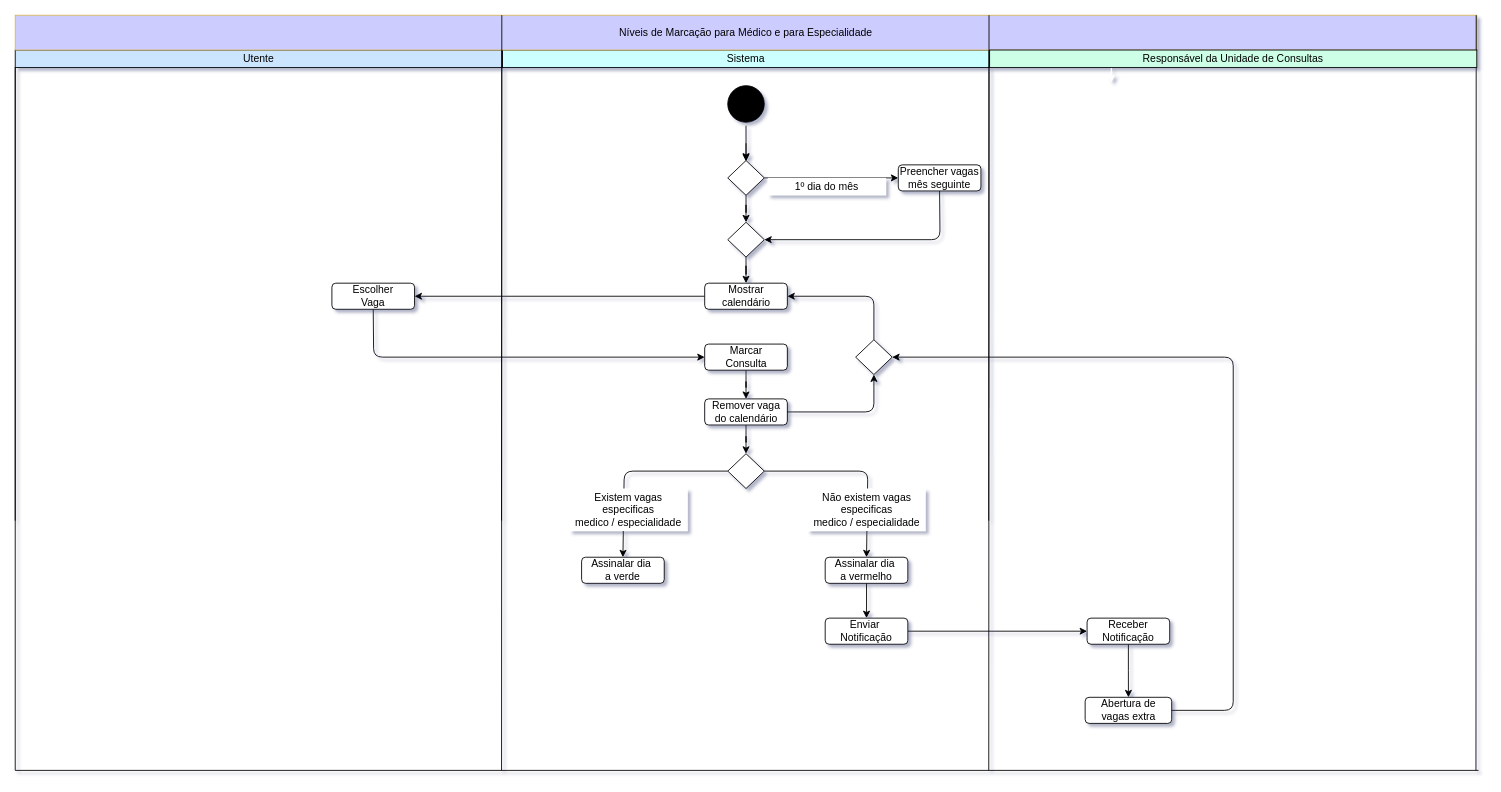
This is Diagrama de Atividades - Niveis de Marcação.drawio from getSierralta/Si-Centro-Hospitalar-Upskill, a draw.io file, before an edit. Source tidied: cells renumbered, new cells numbered last; positions are measured from the earlier drawing's top-left corner, leaving out a move shared by most shapes. Both pictures are drawn from the tidied source at 87%, with x=0, y=0 at pixel (15, 15).
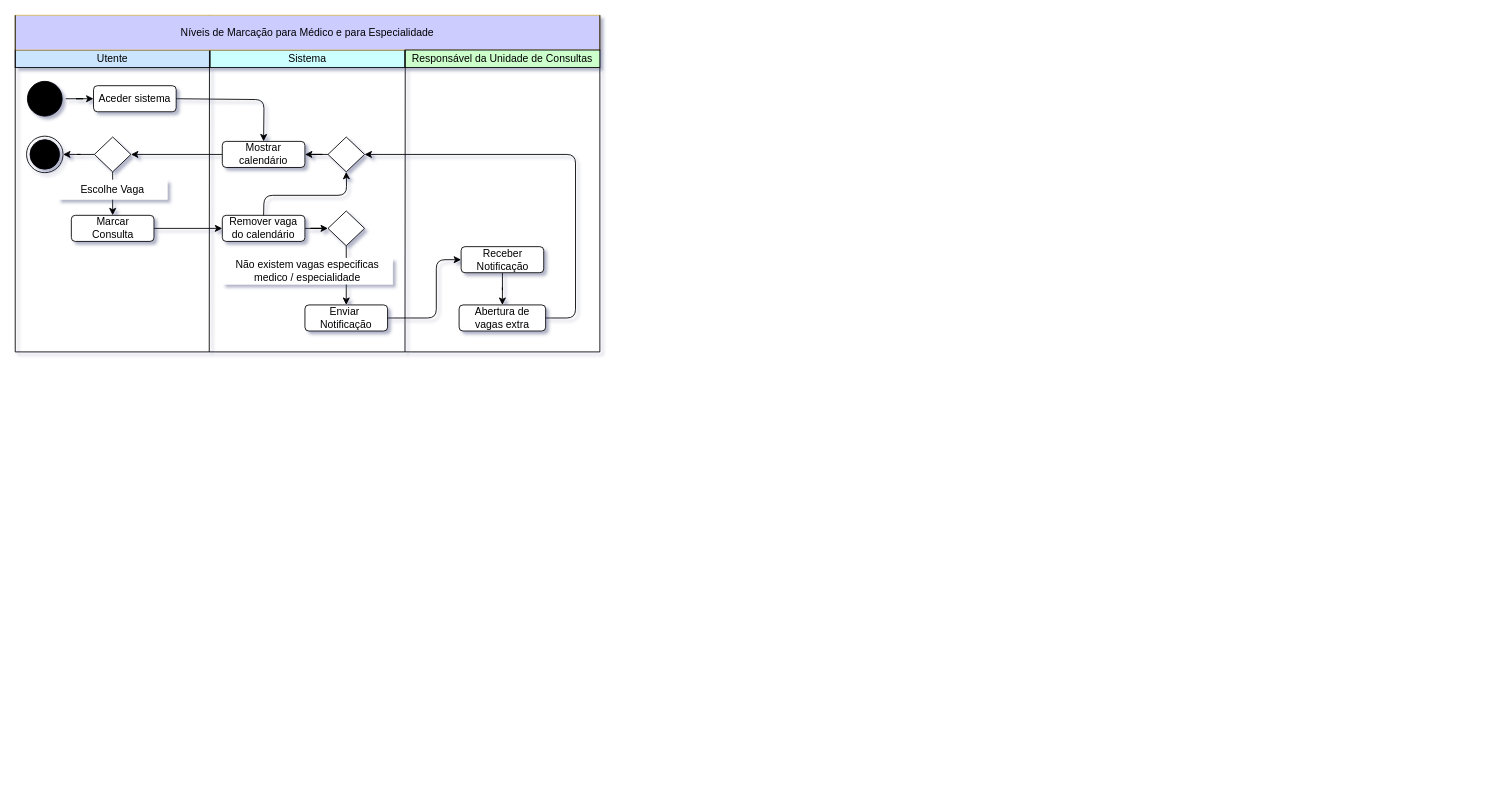
The same page after the edit.

Diff of the diagram source:
```diff
@@
     <mxCell id="2" value="Utente" style="rounded=0;whiteSpace=wrap;html=1;fillColor=#CCE5FF;" parent="1" vertex="1">
-      <mxGeometry y="40" width="560" height="20" as="geometry" />
+      <mxGeometry y="40" width="224" height="20" as="geometry" />
     </mxCell>
     <mxCell id="3" value="Sistema" style="rounded=0;whiteSpace=wrap;html=1;fillColor=#CCFFFF;" parent="1" vertex="1">
-      <mxGeometry x="560" y="40" width="560" height="20" as="geometry" />
+      <mxGeometry x="224" y="40" width="224" height="20" as="geometry" />
     </mxCell>
-    <mxCell id="4" style="endArrow=none;html=1;entryX=0;entryY=1;entryDx=0;entryDy=0;" parent="1" edge="1">
-      <mxGeometry relative="1" as="geometry">
-        <mxPoint x="1119" y="581" as="sourcePoint" />
-        <mxPoint x="1119.3" as="targetPoint" />
-      </mxGeometry>
-    </mxCell>
     <mxCell id="5" style="endArrow=none;html=1;entryX=0;entryY=1;entryDx=0;entryDy=0;" parent="1" edge="1">
       <mxGeometry relative="1" as="geometry">
-        <mxPoint x="559" y="581" as="sourcePoint" />
-        <mxPoint x="559.3" as="targetPoint" />
+        <mxPoint x="223" y="387" as="sourcePoint" />
+        <mxPoint x="223.3" as="targetPoint" />
       </mxGeometry>
     </mxCell>
     <mxCell id="6" value=" Níveis de Marcação para Médico e para Especialidade" style="rounded=0;whiteSpace=wrap;html=1;strokeColor=#d6b656;fillColor=#CCCCFF;" parent="1" vertex="1">
-      <mxGeometry width="1680" height="40" as="geometry" />
+      <mxGeometry width="672" height="40" as="geometry" />
     </mxCell>
-    <mxCell id="7" style="endArrow=none;html=1;shadow=0;strokeColor=#000000;entryX=0;entryY=1;entryDx=0;entryDy=0;" parent="1" edge="1" target="2">
-      <mxGeometry relative="1" as="geometry">
-        <mxPoint y="581" as="sourcePoint" />
-      </mxGeometry>
-    </mxCell>
-    <mxCell id="8" style="edgeStyle=orthogonalEdgeStyle;rounded=0;jettySize=auto;html=1;entryX=0.5;entryY=0;entryDx=0;entryDy=0;" parent="1" edge="1" source="27" target="12">
-      <mxGeometry relative="1" as="geometry" />
-    </mxCell>
-    <mxCell id="9" style="edgeStyle=orthogonalEdgeStyle;rounded=0;jettySize=auto;html=1;strokeColor=#000000;" parent="1" edge="1" source="10">
-      <mxGeometry relative="1" as="geometry">
-        <mxPoint x="840" y="168" as="targetPoint" />
-      </mxGeometry>
-    </mxCell>
+    <mxCell id="51" style="edgeStyle=orthogonalEdgeStyle;rounded=0;jettySize=auto;html=1;entryX=0;entryY=0.5;entryDx=0;entryDy=0;" parent="1" edge="1" source="10" target="53">
+      <mxGeometry relative="1" as="geometry" />
+    </mxCell>
     <mxCell id="10" style="ellipse;html=1;shape=startState;fillColor=#000000;" parent="1" vertex="1">
-      <mxGeometry x="815" y="77" width="50" height="50" as="geometry" />
+      <mxGeometry x="10" y="72" width="48" height="48" as="geometry" />
     </mxCell>
-    <mxCell id="11" style="edgeStyle=orthogonalEdgeStyle;rounded=0;jettySize=auto;html=1;entryX=1;entryY=0.5;entryDx=0;entryDy=0;" parent="1" edge="1" source="12" target="16">
+    <mxCell id="11" style="edgeStyle=orthogonalEdgeStyle;rounded=0;jettySize=auto;html=1;entryX=1;entryY=0.5;entryDx=0;entryDy=0;" parent="1" edge="1" source="12" target="57">
       <mxGeometry relative="1" as="geometry" />
     </mxCell>
     <mxCell id="12" value="Mostrar&lt;br&gt;calendário" style="rounded=1;whiteSpace=wrap;html=1;strokeColor=#000000;fillColor=#FFFFFF;" parent="1" vertex="1">
-      <mxGeometry x="792.5" y="308" width="95" height="30" as="geometry" />
+      <mxGeometry x="238" y="145" width="95" height="30" as="geometry" />
     </mxCell>
-    <mxCell id="13" style="edgeStyle=orthogonalEdgeStyle;rounded=0;orthogonalLoop=1;jettySize=auto;html=1;exitX=0.25;exitY=0;exitDx=0;exitDy=0;strokeColor=#FFFFFF;" parent="1" edge="1">
-      <mxGeometry relative="1" as="geometry">
-        <mxPoint x="1260" y="42" as="sourcePoint" />
-        <mxPoint x="1260" y="77" as="targetPoint" />
-      </mxGeometry>
-    </mxCell>
     <mxCell id="14" style="endArrow=none;html=1;entryX=0;entryY=1;entryDx=0;entryDy=0;" parent="1" edge="1">
       <mxGeometry relative="1" as="geometry">
-        <mxPoint x="1679" y="868" as="sourcePoint" />
-        <mxPoint x="1679.3" as="targetPoint" />
+        <mxPoint x="672" y="387" as="sourcePoint" />
+        <mxPoint x="672" as="targetPoint" />
       </mxGeometry>
     </mxCell>
-    <mxCell id="15" value="Responsável da Unidade de Consultas" style="rounded=0;whiteSpace=wrap;html=1;fillColor=#CCFFE6;" parent="1" vertex="1">
-      <mxGeometry x="1120" y="40" width="560" height="20" as="geometry" />
+    <mxCell id="15" value="Responsável da Unidade de Consultas" style="rounded=0;whiteSpace=wrap;html=1;fillColor=#CCFFCC;" parent="1" vertex="1">
+      <mxGeometry x="448" y="40" width="224" height="20" as="geometry" />
     </mxCell>
-    <mxCell id="16" value="Escolher&lt;br&gt;Vaga" style="rounded=1;whiteSpace=wrap;html=1;strokeColor=#000000;fillColor=#FFFFFF;" parent="1" vertex="1">
-      <mxGeometry x="364" y="308" width="95" height="30" as="geometry" />
-    </mxCell>
-    <mxCell id="17" style="edgeStyle=orthogonalEdgeStyle;rounded=0;jettySize=auto;html=1;strokeColor=#000000;" parent="1" edge="1" source="18" target="21">
-      <mxGeometry relative="1" as="geometry" />
-    </mxCell>
-    <mxCell id="18" value="Marcar&lt;br&gt;Consulta" style="rounded=1;whiteSpace=wrap;html=1;strokeColor=#000000;fillColor=#FFFFFF;" parent="1" vertex="1">
-      <mxGeometry x="792.5" y="378" width="95" height="30" as="geometry" />
-    </mxCell>
-    <mxCell id="19" style="endArrow=classic;html=1;strokeColor=#000000;exitX=0.5;exitY=1;exitDx=0;exitDy=0;entryX=0;entryY=0.5;entryDx=0;entryDy=0;" parent="1" edge="1" source="16" target="18">
-      <mxGeometry relative="1" as="geometry">
-        <Array as="points">
-          <mxPoint x="412" y="393" />
-        </Array>
-      </mxGeometry>
-    </mxCell>
-    <mxCell id="20" style="edgeStyle=orthogonalEdgeStyle;rounded=0;jettySize=auto;html=1;entryX=0.5;entryY=0;entryDx=0;entryDy=0;strokeColor=#000000;" parent="1" edge="1" source="21" target="33">
+    <mxCell id="20" style="edgeStyle=orthogonalEdgeStyle;rounded=0;jettySize=auto;html=1;entryX=0;entryY=0.5;entryDx=0;entryDy=0;" parent="1" edge="1" source="21" target="33">
       <mxGeometry relative="1" as="geometry" />
     </mxCell>
     <mxCell id="21" value="Remover vaga&lt;br&gt;do calendário" style="rounded=1;whiteSpace=wrap;html=1;strokeColor=#000000;fillColor=#FFFFFF;" parent="1" vertex="1">
-      <mxGeometry x="792.5" y="441" width="95" height="30" as="geometry" />
+      <mxGeometry x="238" y="230" width="95" height="30" as="geometry" />
     </mxCell>
-    <mxCell id="22" style="edgeStyle=orthogonalEdgeStyle;rounded=0;jettySize=auto;html=1;entryX=0;entryY=0.5;entryDx=0;entryDy=0;strokeColor=#000000;" parent="1" edge="1" source="23" target="25">
-      <mxGeometry relative="1" as="geometry" />
-    </mxCell>
-    <mxCell id="23" style="rhombus;whiteSpace=wrap;html=1;strokeColor=#000000;fillColor=#FFFFFF;" parent="1" vertex="1">
-      <mxGeometry x="819" y="167" width="42" height="40" as="geometry" />
-    </mxCell>
-    <mxCell id="24" style="edgeStyle=orthogonalEdgeStyle;rounded=0;jettySize=auto;html=1;entryX=0.5;entryY=0;entryDx=0;entryDy=0;" parent="1" edge="1" target="23">
-      <mxGeometry relative="1" as="geometry">
-        <mxPoint x="840" y="147" as="sourcePoint" />
-      </mxGeometry>
-    </mxCell>
-    <mxCell id="25" value="Preencher vagas&lt;br&gt;mês seguinte" style="rounded=1;whiteSpace=wrap;html=1;strokeColor=#000000;fillColor=#FFFFFF;" parent="1" vertex="1">
-      <mxGeometry x="1015" y="172" width="95" height="30" as="geometry" />
-    </mxCell>
-    <mxCell id="26" value="1º dia do mês" style="text;html=1;strokeColor=none;align=center;verticalAlign=middle;whiteSpace=wrap;rounded=0;fillColor=#ffffff;" parent="1" vertex="1">
-      <mxGeometry x="865" y="187" width="136" height="20" as="geometry" />
-    </mxCell>
-    <mxCell id="27" style="rhombus;whiteSpace=wrap;html=1;strokeColor=#000000;fillColor=#FFFFFF;" parent="1" vertex="1">
-      <mxGeometry x="819" y="238" width="42" height="40" as="geometry" />
-    </mxCell>
-    <mxCell id="28" style="edgeStyle=orthogonalEdgeStyle;rounded=0;jettySize=auto;html=1;entryX=0.5;entryY=0;entryDx=0;entryDy=0;" parent="1" edge="1" source="23" target="27">
-      <mxGeometry relative="1" as="geometry" />
-    </mxCell>
-    <mxCell id="29" style="endArrow=classic;html=1;strokeColor=#000000;exitX=0.5;exitY=1;exitDx=0;exitDy=0;entryX=1;entryY=0.5;entryDx=0;entryDy=0;" parent="1" edge="1" source="25" target="27">
-      <mxGeometry relative="1" as="geometry">
-        <Array as="points">
-          <mxPoint x="1063" y="258" />
-        </Array>
-      </mxGeometry>
-    </mxCell>
-    <mxCell id="30" style="endArrow=none;html=1;shadow=0;strokeColor=#000000;entryX=0;entryY=1;entryDx=0;entryDy=0;" parent="1" edge="1">
+    <mxCell id="30" style="endArrow=none;html=1;shadow=0;strokeColor=#000000;entryX=0;entryY=0;entryDx=0;entryDy=0;" parent="1" edge="1" target="6">
       <mxGeometry relative="1" as="geometry">
-        <mxPoint y="868" as="sourcePoint" />
-        <mxPoint y="60" as="targetPoint" />
+        <mxPoint y="387" as="sourcePoint" />
       </mxGeometry>
     </mxCell>
-    <mxCell id="31" style="endArrow=none;html=1;entryX=0;entryY=1;entryDx=0;entryDy=0;" parent="1" edge="1">
-      <mxGeometry relative="1" as="geometry">
-        <mxPoint x="559" y="868" as="sourcePoint" />
-        <mxPoint x="559.3" as="targetPoint" />
-      </mxGeometry>
-    </mxCell>
     <mxCell id="32" style="endArrow=none;html=1;entryX=0;entryY=1;entryDx=0;entryDy=0;" parent="1" edge="1">
       <mxGeometry relative="1" as="geometry">
-        <mxPoint x="1119" y="868" as="sourcePoint" />
-        <mxPoint x="1119.3" as="targetPoint" />
+        <mxPoint x="448" y="387" as="sourcePoint" />
+        <mxPoint x="448.3" y="40" as="targetPoint" />
       </mxGeometry>
     </mxCell>
+    <mxCell id="52" style="edgeStyle=orthogonalEdgeStyle;rounded=0;jettySize=auto;html=1;" parent="1" edge="1" source="33" target="42">
+      <mxGeometry relative="1" as="geometry" />
+    </mxCell>
     <mxCell id="33" style="rhombus;whiteSpace=wrap;html=1;strokeColor=#000000;fillColor=#FFFFFF;" parent="1" vertex="1">
-      <mxGeometry x="819" y="504" width="42" height="40" as="geometry" />
+      <mxGeometry x="359.5" y="225" width="42" height="40" as="geometry" />
     </mxCell>
-    <mxCell id="34" style="endArrow=classic;html=1;strokeColor=#000000;exitX=0;exitY=0.5;exitDx=0;exitDy=0;entryX=0.5;entryY=0;entryDx=0;entryDy=0;" parent="1" edge="1" source="33" target="38">
-      <mxGeometry relative="1" as="geometry">
-        <Array as="points">
-          <mxPoint x="700" y="524" />
-        </Array>
-      </mxGeometry>
-    </mxCell>
-    <mxCell id="35" style="endArrow=classic;html=1;strokeColor=#000000;exitX=1;exitY=0.5;exitDx=0;exitDy=0;entryX=0.5;entryY=0;entryDx=0;entryDy=0;" parent="1" edge="1" source="33" target="40">
-      <mxGeometry relative="1" as="geometry">
-        <Array as="points">
-          <mxPoint x="980" y="524" />
-        </Array>
-      </mxGeometry>
-    </mxCell>
-    <mxCell id="36" value="Existem vagas especificas&lt;br&gt;medico / especialidade" style="text;html=1;strokeColor=none;align=center;verticalAlign=middle;whiteSpace=wrap;rounded=0;fillColor=#ffffff;" parent="1" vertex="1">
-      <mxGeometry x="637" y="544" width="136" height="49" as="geometry" />
-    </mxCell>
     <mxCell id="37" value="Não existem vagas especificas&lt;br&gt;medico / especialidade" style="text;html=1;strokeColor=none;align=center;verticalAlign=middle;whiteSpace=wrap;rounded=0;fillColor=#ffffff;" parent="1" vertex="1">
-      <mxGeometry x="910.5" y="544" width="136" height="49" as="geometry" />
+      <mxGeometry x="238" y="279" width="196" height="30.5" as="geometry" />
     </mxCell>
-    <mxCell id="38" value="Assinalar dia&amp;nbsp;&lt;br&gt;a verde" style="rounded=1;whiteSpace=wrap;html=1;strokeColor=#000000;fillColor=#FFFFFF;" parent="1" vertex="1">
-      <mxGeometry x="651" y="623" width="95" height="30" as="geometry" />
-    </mxCell>
-    <mxCell id="39" style="edgeStyle=orthogonalEdgeStyle;rounded=0;jettySize=auto;html=1;entryX=0.5;entryY=0;entryDx=0;entryDy=0;strokeColor=#000000;" parent="1" edge="1" source="40" target="42">
-      <mxGeometry relative="1" as="geometry" />
-    </mxCell>
-    <mxCell id="40" value="Assinalar dia&amp;nbsp;&lt;br&gt;a vermelho" style="rounded=1;whiteSpace=wrap;html=1;strokeColor=#000000;fillColor=#FFFFFF;" parent="1" vertex="1">
-      <mxGeometry x="931" y="623" width="95" height="30" as="geometry" />
-    </mxCell>
-    <mxCell id="41" style="edgeStyle=orthogonalEdgeStyle;rounded=0;jettySize=auto;html=1;entryX=0;entryY=0.5;entryDx=0;entryDy=0;strokeColor=#000000;" parent="1" edge="1" source="42" target="44">
-      <mxGeometry relative="1" as="geometry" />
-    </mxCell>
     <mxCell id="42" value="Enviar&amp;nbsp;&lt;br&gt;Notificação" style="rounded=1;whiteSpace=wrap;html=1;strokeColor=#000000;fillColor=#FFFFFF;" parent="1" vertex="1">
-      <mxGeometry x="931" y="693" width="95" height="30" as="geometry" />
+      <mxGeometry x="333" y="333" width="95" height="30" as="geometry" />
     </mxCell>
@@
     <mxCell id="44" value="Receber&lt;br&gt;Notificação" style="rounded=1;whiteSpace=wrap;html=1;strokeColor=#000000;fillColor=#FFFFFF;" parent="1" vertex="1">
-      <mxGeometry x="1232" y="693" width="95" height="30" as="geometry" />
+      <mxGeometry x="512.5" y="266" width="95" height="30" as="geometry" />
     </mxCell>
     <mxCell id="45" value="&amp;nbsp;Abertura de&amp;nbsp;&lt;br&gt;vagas extra" style="rounded=1;whiteSpace=wrap;html=1;strokeColor=#000000;fillColor=#FFFFFF;" parent="1" vertex="1">
-      <mxGeometry x="1229.8" y="784" width="99.5" height="30" as="geometry" />
+      <mxGeometry x="510.2" y="333" width="99.5" height="30" as="geometry" />
     </mxCell>
     <mxCell id="46" style="endArrow=classic;html=1;strokeColor=#000000;exitX=1;exitY=0.5;exitDx=0;exitDy=0;entryX=1;entryY=0.5;entryDx=0;entryDy=0;" parent="1" edge="1" source="45" target="47">
       <mxGeometry relative="1" as="geometry">
         <Array as="points">
-          <mxPoint x="1400" y="799" />
-          <mxPoint x="1400" y="393" />
+          <mxPoint x="644" y="348" />
+          <mxPoint x="644" y="160" />
         </Array>
       </mxGeometry>
     </mxCell>
+    <mxCell id="50" style="edgeStyle=orthogonalEdgeStyle;rounded=0;jettySize=auto;html=1;entryX=1;entryY=0.5;entryDx=0;entryDy=0;" parent="1" edge="1" source="47" target="12">
+      <mxGeometry relative="1" as="geometry" />
+    </mxCell>
     <mxCell id="47" style="rhombus;whiteSpace=wrap;html=1;strokeColor=#000000;fillColor=#FFFFFF;" parent="1" vertex="1">
-      <mxGeometry x="966" y="373" width="42" height="40" as="geometry" />
+      <mxGeometry x="359.5" y="140" width="42" height="40" as="geometry" />
     </mxCell>
+    <mxCell id="49" style="endArrow=none;html=1;strokeColor=#000000;" parent="1" edge="1">
+      <mxGeometry relative="1" as="geometry">
+        <mxPoint y="387" as="sourcePoint" />
+        <mxPoint x="672" y="387" as="targetPoint" />
+      </mxGeometry>
+    </mxCell>
+    <mxCell id="53" value="Aceder sistema" style="rounded=1;whiteSpace=wrap;html=1;strokeColor=#000000;fillColor=#FFFFFF;" parent="1" vertex="1">
+      <mxGeometry x="90" y="81" width="95" height="30" as="geometry" />
+    </mxCell>
+    <mxCell id="17" style="edgeStyle=orthogonalEdgeStyle;rounded=0;jettySize=auto;html=1;entryX=0;entryY=0.5;entryDx=0;entryDy=0;" parent="1" edge="1" source="18" target="21">
+      <mxGeometry relative="1" as="geometry" />
+    </mxCell>
+    <mxCell id="18" value="Marcar&lt;br&gt;Consulta" style="rounded=1;whiteSpace=wrap;html=1;strokeColor=#000000;fillColor=#FFFFFF;" parent="1" vertex="1">
+      <mxGeometry x="64.5" y="230" width="95" height="30" as="geometry" />
+    </mxCell>
+    <mxCell id="54" style="ellipse;html=1;shape=endState;fillColor=#000000;" parent="1" vertex="1">
+      <mxGeometry x="13" y="139" width="42" height="42" as="geometry" />
+    </mxCell>
+    <mxCell id="55" style="edgeStyle=orthogonalEdgeStyle;rounded=0;jettySize=auto;html=1;entryX=1;entryY=0.5;entryDx=0;entryDy=0;" parent="1" edge="1" source="57" target="54">
+      <mxGeometry relative="1" as="geometry" />
+    </mxCell>
+    <mxCell id="56" style="edgeStyle=orthogonalEdgeStyle;rounded=0;jettySize=auto;html=1;entryX=0.5;entryY=0;entryDx=0;entryDy=0;" parent="1" edge="1" source="57" target="18">
+      <mxGeometry relative="1" as="geometry" />
+    </mxCell>
+    <mxCell id="57" style="rhombus;whiteSpace=wrap;html=1;strokeColor=#000000;fillColor=#FFFFFF;" parent="1" vertex="1">
+      <mxGeometry x="91" y="140" width="42" height="40" as="geometry" />
+    </mxCell>
+    <mxCell id="58" value="Escolhe Vaga" style="text;html=1;strokeColor=none;align=center;verticalAlign=middle;whiteSpace=wrap;rounded=0;fillColor=#ffffff;" parent="1" vertex="1">
+      <mxGeometry x="49" y="189" width="126" height="23" as="geometry" />
+    </mxCell>
+    <mxCell id="41" style="endArrow=classic;html=1;exitX=1;exitY=0.5;exitDx=0;exitDy=0;entryX=0;entryY=0.5;entryDx=0;entryDy=0;" parent="1" edge="1" source="42" target="44">
+      <mxGeometry relative="1" as="geometry">
+        <Array as="points">
+          <mxPoint x="484" y="348" />
+          <mxPoint x="484" y="281" />
+        </Array>
+      </mxGeometry>
+    </mxCell>
-    <mxCell id="48" style="endArrow=classic;html=1;strokeColor=#000000;exitX=1;exitY=0.5;exitDx=0;exitDy=0;entryX=0.5;entryY=1;entryDx=0;entryDy=0;" parent="1" edge="1" source="21" target="47">
+    <mxCell id="48" style="endArrow=classic;html=1;exitX=0.5;exitY=0;exitDx=0;exitDy=0;entryX=0.5;entryY=1;entryDx=0;entryDy=0;" parent="1" edge="1" source="21" target="47">
       <mxGeometry relative="1" as="geometry">
         <Array as="points">
-          <mxPoint x="987" y="456" />
+          <mxPoint x="286" y="207" />
+          <mxPoint x="381" y="207" />
         </Array>
       </mxGeometry>
     </mxCell>
-    <mxCell id="49" style="endArrow=none;html=1;strokeColor=#000000;" parent="1" edge="1">
-      <mxGeometry relative="1" as="geometry">
-        <mxPoint y="868" as="sourcePoint" />
-        <mxPoint x="1682" y="868" as="targetPoint" />
-      </mxGeometry>
-    </mxCell>
-    <mxCell id="50" style="endArrow=classic;html=1;strokeColor=#000000;exitX=0.5;exitY=0;exitDx=0;exitDy=0;entryX=1;entryY=0.5;entryDx=0;entryDy=0;" parent="1" edge="1" source="47" target="12">
-      <mxGeometry relative="1" as="geometry">
-        <Array as="points">
-          <mxPoint x="987" y="323" />
-        </Array>
-      </mxGeometry>
-    </mxCell>
+    <mxCell id="59" style="endArrow=classic;html=1;exitX=1;exitY=0.5;exitDx=0;exitDy=0;entryX=0.5;entryY=0;entryDx=0;entryDy=0;" parent="1" edge="1" source="53" target="12">
+      <mxGeometry relative="1" as="geometry">
+        <Array as="points">
+          <mxPoint x="286" y="97" />
+        </Array>
+      </mxGeometry>
+    </mxCell>
```
